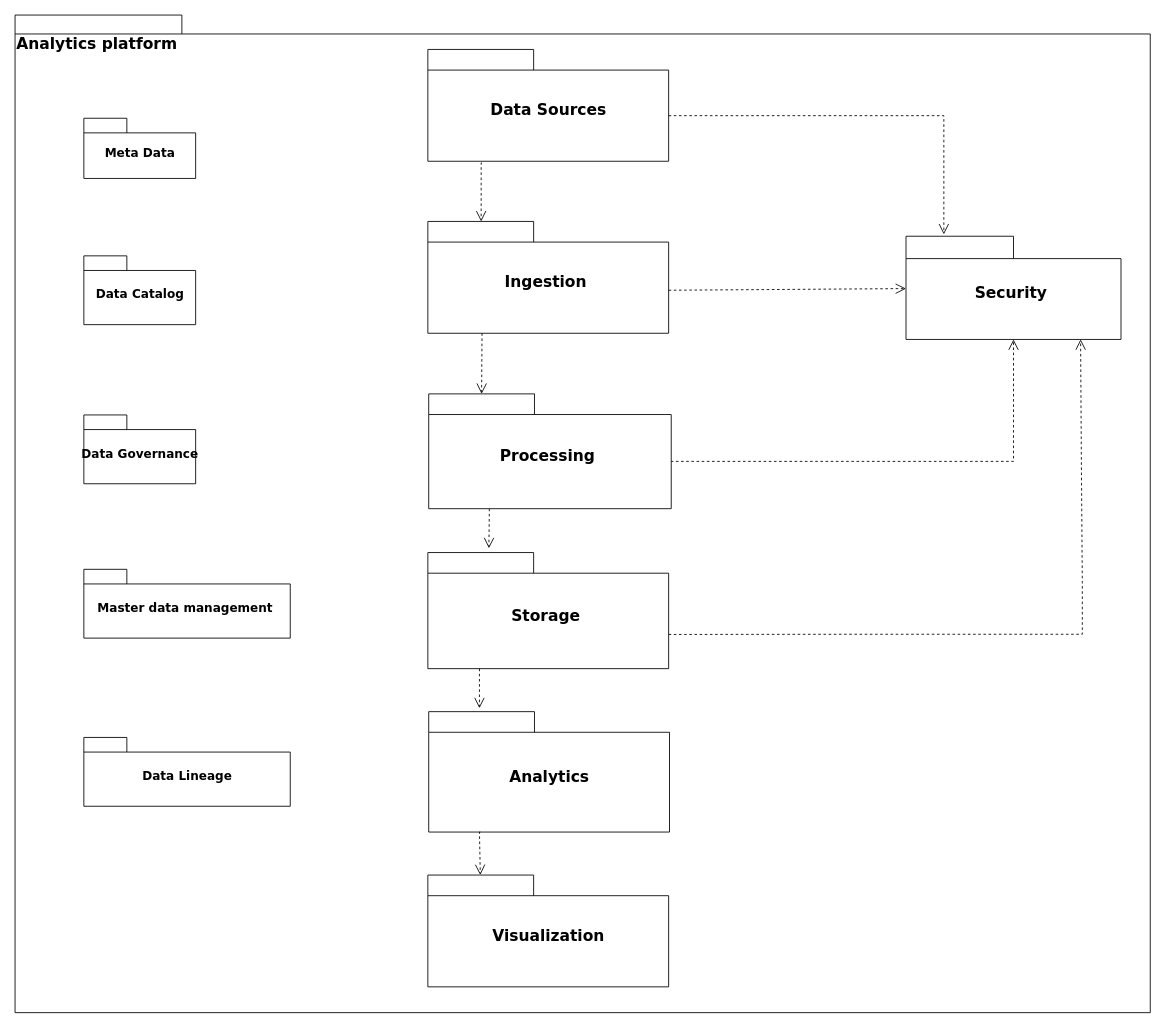
The draw.io diagram Capstone - TestGuru-Quizology.drawio in Swaraj-Bharti/softwarearchitectcert, before the edit. Source tidied: cells renumbered, new cells numbered last; positions are measured from the earlier drawing's top-left corner, leaving out a move shared by most shapes. Both pictures are drawn from the tidied source at 86%, with x=0, y=0 at pixel (15, 15).
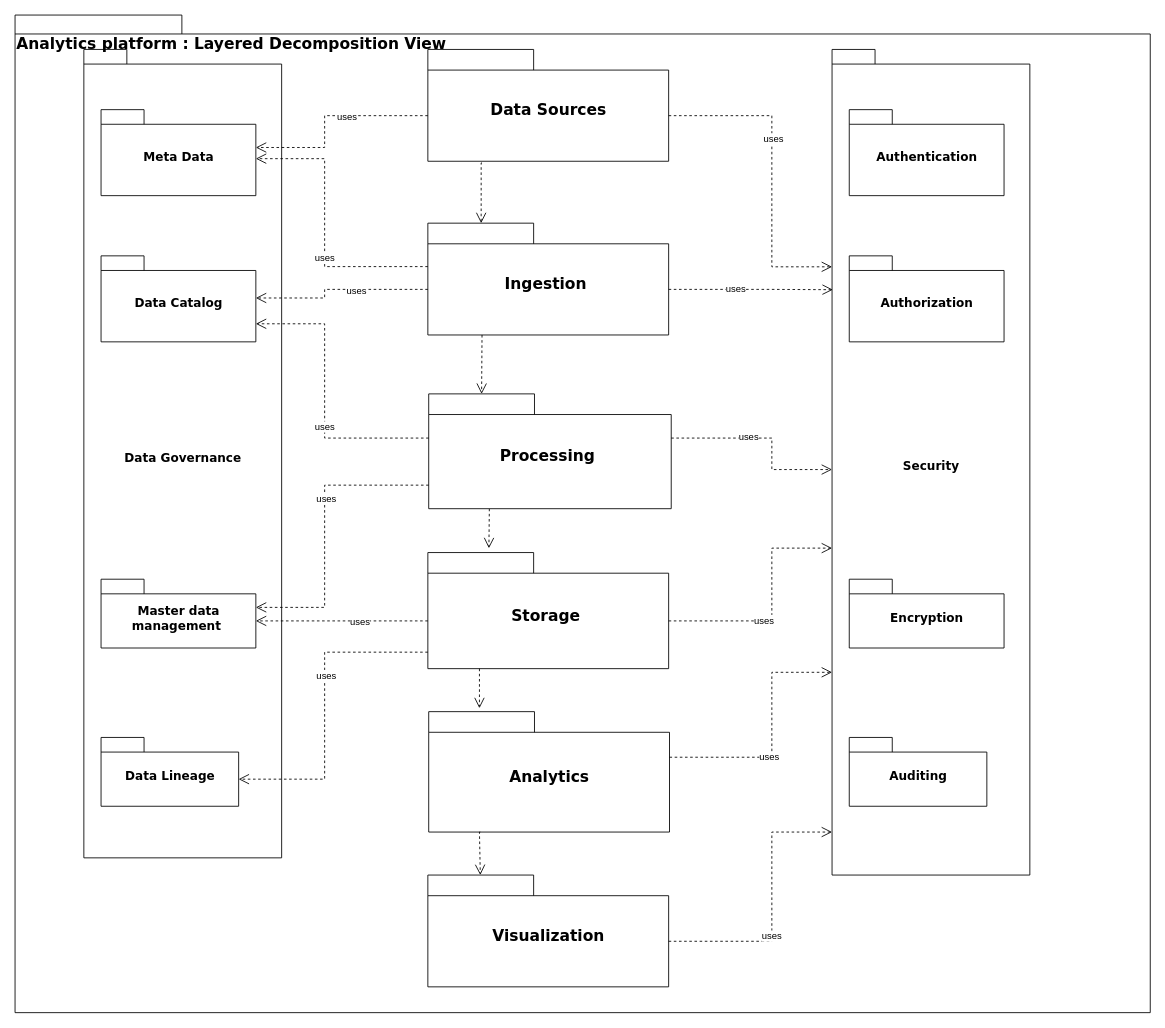
The same diagram, later.

Unchanged cells that the change refers to:
```xml
<mxCell id="8" value="&lt;font style=&quot;font-size: 18px;&quot;&gt;Data Sources&lt;/font&gt;" style="shape=folder;fontStyle=1;spacingTop=10;tabWidth=123;tabHeight=24;tabPosition=left;html=1;rounded=0;shadow=0;comic=0;labelBackgroundColor=none;strokeWidth=1;fontFamily=Verdana;fontSize=10;align=center;" parent="7" vertex="1">
  <mxGeometry width="280" height="130" as="geometry" />
</mxCell>
<mxCell id="10" value="&lt;font style=&quot;font-size: 18px;&quot;&gt;Ingestion&amp;nbsp;&lt;/font&gt;" style="shape=folder;fontStyle=1;spacingTop=10;tabWidth=123;tabHeight=24;tabPosition=left;html=1;rounded=0;shadow=0;comic=0;labelBackgroundColor=none;strokeWidth=1;fontFamily=Verdana;fontSize=10;align=center;" parent="9" vertex="1">
  <mxGeometry width="280" height="130" as="geometry" />
</mxCell>
<mxCell id="16" value="&lt;font style=&quot;font-size: 18px;&quot;&gt;Processing&amp;nbsp;&lt;/font&gt;" style="shape=folder;fontStyle=1;spacingTop=10;tabWidth=123;tabHeight=24;tabPosition=left;html=1;rounded=0;shadow=0;comic=0;labelBackgroundColor=none;strokeColor=#000000;strokeWidth=1;fillColor=#ffffff;fontFamily=Verdana;fontSize=10;fontColor=#000000;align=center;" parent="1" vertex="1">
  <mxGeometry x="481" y="440.5" width="282" height="133.5" as="geometry" />
</mxCell>
<mxCell id="18" value="&lt;font style=&quot;font-size: 18px;&quot;&gt;Storage&amp;nbsp;&lt;/font&gt;" style="shape=folder;fontStyle=1;spacingTop=10;tabWidth=123;tabHeight=24;tabPosition=left;html=1;rounded=0;shadow=0;comic=0;labelBackgroundColor=none;strokeWidth=1;fontFamily=Verdana;fontSize=10;align=center;" parent="1" vertex="1">
  <mxGeometry x="480" y="625" width="280" height="135" as="geometry" />
</mxCell>
<mxCell id="24" value="&lt;font style=&quot;font-size: 18px;&quot;&gt;Analytics&lt;/font&gt;" style="shape=folder;fontStyle=1;spacingTop=10;tabWidth=123;tabHeight=24;tabPosition=left;html=1;rounded=0;shadow=0;comic=0;labelBackgroundColor=none;strokeWidth=1;fontFamily=Verdana;fontSize=10;align=center;" parent="1" vertex="1">
  <mxGeometry x="481" y="810" width="280" height="140" as="geometry" />
</mxCell>
<mxCell id="25" value="&lt;font style=&quot;font-size: 18px;&quot;&gt;Visualization&lt;/font&gt;" style="shape=folder;fontStyle=1;spacingTop=10;tabWidth=123;tabHeight=24;tabPosition=left;html=1;rounded=0;shadow=0;comic=0;labelBackgroundColor=none;strokeWidth=1;fontFamily=Verdana;fontSize=10;align=center;" parent="1" vertex="1">
  <mxGeometry x="480" y="1000" width="280" height="130" as="geometry" />
</mxCell>
```

The edit, as a diff of the source:
```diff
@@
+    <mxCell id="27" style="group;" parent="1" vertex="1">
+      <mxGeometry x="80" y="40" width="230" height="940" as="geometry" />
+    </mxCell>
+    <mxCell id="28" value="&lt;font style=&quot;font-size: 14px;&quot;&gt;Data Governance&lt;/font&gt;" style="shape=folder;fontStyle=1;spacingTop=10;tabWidth=50;tabHeight=17;tabPosition=left;html=1;rounded=0;shadow=0;comic=0;labelBackgroundColor=none;strokeWidth=1;fontFamily=Verdana;fontSize=10;align=center;" parent="27" vertex="1">
+      <mxGeometry width="230" height="940" as="geometry" />
+    </mxCell>
+    <mxCell id="31" style="group;" parent="27" vertex="1">
+      <mxGeometry x="20" y="800" width="160" height="80" as="geometry" />
+    </mxCell>
+    <mxCell id="32" value="&lt;font style=&quot;font-size: 14px;&quot;&gt;Data Lineage&lt;/font&gt;" style="shape=folder;fontStyle=1;spacingTop=10;tabWidth=50;tabHeight=17;tabPosition=left;html=1;rounded=0;shadow=0;comic=0;labelBackgroundColor=none;strokeWidth=1;fontFamily=Verdana;fontSize=10;align=center;" parent="31" vertex="1">
+      <mxGeometry width="160" height="80" as="geometry" />
+    </mxCell>
+    <mxCell id="29" style="group;" parent="27" vertex="1">
+      <mxGeometry x="20" y="605" width="180" height="80" as="geometry" />
+    </mxCell>
+    <mxCell id="30" value="&lt;font style=&quot;font-size: 14px;&quot;&gt;Master data &lt;br&gt;management&amp;nbsp;&lt;/font&gt;" style="shape=folder;fontStyle=1;spacingTop=10;tabWidth=50;tabHeight=17;tabPosition=left;html=1;rounded=0;shadow=0;comic=0;labelBackgroundColor=none;strokeWidth=1;fontFamily=Verdana;fontSize=10;align=center;" parent="29" vertex="1">
+      <mxGeometry y="11" width="180" height="80" as="geometry" />
+    </mxCell>
-    <mxCell id="3" style="group;" parent="1" vertex="1">
-      <mxGeometry x="80" y="120" width="130" height="70" as="geometry" />
+    <mxCell id="3" style="group;" parent="27" vertex="1">
+      <mxGeometry x="20" y="70" width="180" height="100" as="geometry" />
     </mxCell>
     <mxCell id="4" value="&lt;font style=&quot;font-size: 14px;&quot;&gt;Meta Data&lt;/font&gt;" style="shape=folder;fontStyle=1;spacingTop=10;tabWidth=50;tabHeight=17;tabPosition=left;html=1;rounded=0;shadow=0;comic=0;labelBackgroundColor=none;strokeWidth=1;fontFamily=Verdana;fontSize=10;align=center;" parent="3" vertex="1">
-      <mxGeometry width="130" height="70" as="geometry" />
+      <mxGeometry width="180" height="100" as="geometry" />
     </mxCell>
-    <mxCell id="5" style="group;" parent="1" vertex="1">
-      <mxGeometry x="80" y="280" width="130" height="80" as="geometry" />
+    <mxCell id="5" style="group;" parent="27" vertex="1">
+      <mxGeometry x="20" y="240" width="180" height="100" as="geometry" />
     </mxCell>
     <mxCell id="6" value="&lt;font style=&quot;font-size: 14px;&quot;&gt;Data Catalog&lt;/font&gt;" style="shape=folder;fontStyle=1;spacingTop=10;tabWidth=50;tabHeight=17;tabPosition=left;html=1;rounded=0;shadow=0;comic=0;labelBackgroundColor=none;strokeWidth=1;fontFamily=Verdana;fontSize=10;align=center;" parent="5" vertex="1">
-      <mxGeometry width="130" height="80" as="geometry" />
+      <mxGeometry width="180" height="100" as="geometry" />
     </mxCell>
@@
     <mxCell id="9" style="group;" parent="1" vertex="1">
-      <mxGeometry x="480" y="240" width="280" height="130" as="geometry" />
+      <mxGeometry x="480" y="242" width="280" height="130" as="geometry" />
     </mxCell>
@@
-    <mxCell id="11" style="group;" parent="1" vertex="1">
-      <mxGeometry x="1036" y="303" width="250" height="120" as="geometry" />
-    </mxCell>
-    <mxCell id="12" style="group;" parent="11" vertex="1">
-      <mxGeometry y="-45.8" width="250" height="120" as="geometry" />
-    </mxCell>
-    <mxCell id="13" value="&lt;font style=&quot;font-size: 18px;&quot;&gt;Security&amp;nbsp;&lt;/font&gt;" style="shape=folder;fontStyle=1;spacingTop=10;tabWidth=125;tabHeight=26;tabPosition=left;html=1;rounded=0;shadow=0;comic=0;labelBackgroundColor=none;strokeWidth=1;fontFamily=Verdana;fontSize=10;align=center;" parent="12" vertex="1">
-      <mxGeometry width="250" height="120" as="geometry" />
-    </mxCell>
@@
-    <mxCell id="15" style="edgeStyle=elbowEdgeStyle;rounded=0;html=1;dashed=1;labelBackgroundColor=none;startFill=0;endArrow=open;endFill=0;endSize=10;fontFamily=Verdana;fontSize=10;elbow=vertical;exitX=0.991;exitY=0.468;exitDx=0;exitDy=0;exitPerimeter=0;" parent="1" edge="1" source="16" target="13">
-      <mxGeometry relative="1" as="geometry">
-        <Array as="points">
-          <mxPoint x="740" y="519" />
-        </Array>
-      </mxGeometry>
-    </mxCell>
@@
-    <mxCell id="17" style="edgeStyle=none;rounded=0;html=1;dashed=1;labelBackgroundColor=none;startFill=0;endArrow=open;endFill=0;endSize=10;fontFamily=Verdana;fontSize=10;exitX=0;exitY=0;exitDx=280;exitDy=95.25;exitPerimeter=0;entryX=0.812;entryY=0.999;entryDx=0;entryDy=0;entryPerimeter=0;" parent="1" edge="1" source="18" target="13">
-      <mxGeometry relative="1" as="geometry">
-        <Array as="points">
-          <mxPoint x="981" y="720" />
-          <mxPoint x="1201" y="720" />
-          <mxPoint x="1241" y="720" />
-          <mxPoint x="1241" y="660" />
-          <mxPoint x="1240" y="530" />
-        </Array>
-      </mxGeometry>
-    </mxCell>
@@
-    <mxCell id="21" style="edgeStyle=none;rounded=0;html=1;dashed=1;labelBackgroundColor=none;startFill=0;endArrow=open;endFill=0;endSize=10;fontFamily=Verdana;fontSize=10;" parent="1" edge="1" target="13">
-      <mxGeometry relative="1" as="geometry">
-        <mxPoint x="760" y="320" as="sourcePoint" />
-      </mxGeometry>
-    </mxCell>
-    <mxCell id="22" style="edgeStyle=orthogonalEdgeStyle;rounded=0;html=1;dashed=1;labelBackgroundColor=none;startFill=0;endArrow=open;endFill=0;endSize=10;fontFamily=Verdana;fontSize=10;exitX=0;exitY=0;exitDx=280;exitDy=77;exitPerimeter=0;entryX=0.176;entryY=-0.018;entryDx=0;entryDy=0;entryPerimeter=0;" parent="1" edge="1" source="8" target="13">
-      <mxGeometry relative="1" as="geometry">
-        <Array as="points">
-          <mxPoint x="1080" y="117" />
-        </Array>
-      </mxGeometry>
-    </mxCell>
-    <mxCell id="23" value="&lt;font style=&quot;font-size: 18px;&quot;&gt;Analytics platform&lt;/font&gt;" style="text;html=1;align=left;verticalAlign=top;spacingTop=-4;fontSize=10;fontFamily=Verdana;fontStyle=1;" parent="1" vertex="1">
+    <mxCell id="23" value="&lt;font style=&quot;font-size: 18px;&quot;&gt;Analytics platform : Layered Decomposition View&lt;/font&gt;" style="text;html=1;align=left;verticalAlign=top;spacingTop=-4;fontSize=10;fontFamily=Verdana;fontStyle=1;" parent="1" vertex="1">
       <mxGeometry y="20" width="200" height="20" as="geometry" />
     </mxCell>
@@
-    <mxCell id="27" style="group;" parent="1" vertex="1">
-      <mxGeometry x="80" y="465" width="130" height="80" as="geometry" />
-    </mxCell>
-    <mxCell id="28" value="&lt;font style=&quot;font-size: 14px;&quot;&gt;Data Governance&lt;/font&gt;" style="shape=folder;fontStyle=1;spacingTop=10;tabWidth=50;tabHeight=17;tabPosition=left;html=1;rounded=0;shadow=0;comic=0;labelBackgroundColor=none;strokeWidth=1;fontFamily=Verdana;fontSize=10;align=center;" parent="27" vertex="1">
-      <mxGeometry width="130" height="80" as="geometry" />
-    </mxCell>
-    <mxCell id="29" style="group;" parent="1" vertex="1">
-      <mxGeometry x="80" y="644.5" width="240" height="80" as="geometry" />
-    </mxCell>
-    <mxCell id="30" value="&lt;font style=&quot;font-size: 14px;&quot;&gt;Master data management&amp;nbsp;&lt;/font&gt;" style="shape=folder;fontStyle=1;spacingTop=10;tabWidth=50;tabHeight=17;tabPosition=left;html=1;rounded=0;shadow=0;comic=0;labelBackgroundColor=none;strokeWidth=1;fontFamily=Verdana;fontSize=10;align=center;" parent="29" vertex="1">
-      <mxGeometry width="240" height="80" as="geometry" />
-    </mxCell>
-    <mxCell id="31" style="group;" parent="1" vertex="1">
-      <mxGeometry x="80" y="840" width="240" height="80" as="geometry" />
-    </mxCell>
-    <mxCell id="32" value="&lt;font style=&quot;font-size: 14px;&quot;&gt;Data Lineage&lt;/font&gt;" style="shape=folder;fontStyle=1;spacingTop=10;tabWidth=50;tabHeight=17;tabPosition=left;html=1;rounded=0;shadow=0;comic=0;labelBackgroundColor=none;strokeWidth=1;fontFamily=Verdana;fontSize=10;align=center;" parent="31" vertex="1">
-      <mxGeometry width="240" height="80" as="geometry" />
-    </mxCell>
@@
+    <mxCell id="34" style="rounded=0;html=1;dashed=1;labelBackgroundColor=none;startFill=0;endArrow=open;endFill=0;endSize=10;fontFamily=Verdana;fontSize=10;edgeStyle=elbowEdgeStyle;exitX=0;exitY=0;exitDx=0;exitDy=77;exitPerimeter=0;" parent="1" edge="1" source="8">
+      <mxGeometry relative="1" as="geometry">
+        <mxPoint x="280" y="154" as="targetPoint" />
+        <Array as="points">
+          <mxPoint x="360" y="140" />
+        </Array>
+      </mxGeometry>
+    </mxCell>
+    <mxCell id="35" value="uses" style="edgeLabel;html=1;align=center;verticalAlign=middle;" parent="34" vertex="1">
+      <mxGeometry x="-0.2" y="1" relative="1" as="geometry" />
+    </mxCell>
+    <mxCell id="36" style="rounded=0;html=1;dashed=1;labelBackgroundColor=none;startFill=0;endArrow=open;endFill=0;endSize=10;fontFamily=Verdana;fontSize=10;edgeStyle=elbowEdgeStyle;exitX=0;exitY=0;exitDx=0;exitDy=50.5;exitPerimeter=0;" parent="1" edge="1" source="10">
+      <mxGeometry relative="1" as="geometry">
+        <mxPoint x="280" y="167" as="targetPoint" />
+        <Array as="points">
+          <mxPoint x="360" y="230" />
+        </Array>
+      </mxGeometry>
+    </mxCell>
+    <mxCell id="37" value="uses" style="edgeLabel;html=1;align=center;verticalAlign=middle;" parent="36" vertex="1">
+      <mxGeometry x="-0.2" y="1" relative="1" as="geometry" />
+    </mxCell>
+    <mxCell id="38" style="rounded=0;html=1;dashed=1;labelBackgroundColor=none;startFill=0;endArrow=open;endFill=0;endSize=10;fontFamily=Verdana;fontSize=10;edgeStyle=elbowEdgeStyle;exitX=0;exitY=0;exitDx=0;exitDy=77;exitPerimeter=0;" parent="1" edge="1" source="10">
+      <mxGeometry relative="1" as="geometry">
+        <mxPoint x="280" y="329" as="targetPoint" />
+        <Array as="points">
+          <mxPoint x="360" y="330" />
+        </Array>
+      </mxGeometry>
+    </mxCell>
+    <mxCell id="39" value="uses" style="edgeLabel;html=1;align=center;verticalAlign=middle;" parent="38" vertex="1">
+      <mxGeometry x="-0.2" y="1" relative="1" as="geometry" />
+    </mxCell>
+    <mxCell id="40" style="rounded=0;html=1;dashed=1;labelBackgroundColor=none;startFill=0;endArrow=open;endFill=0;endSize=10;fontFamily=Verdana;fontSize=10;edgeStyle=elbowEdgeStyle;exitX=0;exitY=0;exitDx=0;exitDy=106.125;exitPerimeter=0;entryX=0;entryY=0;entryDx=180;entryDy=32.75;entryPerimeter=0;" parent="1" edge="1" source="16" target="30">
+      <mxGeometry relative="1" as="geometry">
+        <Array as="points">
+          <mxPoint x="360" y="620" />
+        </Array>
+      </mxGeometry>
+    </mxCell>
+    <mxCell id="41" value="uses" style="edgeLabel;html=1;align=center;verticalAlign=middle;" parent="40" vertex="1">
+      <mxGeometry x="-0.2" y="1" relative="1" as="geometry" />
+    </mxCell>
+    <mxCell id="42" style="rounded=0;html=1;dashed=1;labelBackgroundColor=none;startFill=0;endArrow=open;endFill=0;endSize=10;fontFamily=Verdana;fontSize=10;edgeStyle=elbowEdgeStyle;exitX=0;exitY=0;exitDx=0;exitDy=51.375;exitPerimeter=0;" parent="1" edge="1" source="16">
+      <mxGeometry relative="1" as="geometry">
+        <mxPoint x="280" y="359" as="targetPoint" />
+        <Array as="points">
+          <mxPoint x="360" y="430" />
+        </Array>
+      </mxGeometry>
+    </mxCell>
+    <mxCell id="43" value="uses" style="edgeLabel;html=1;align=center;verticalAlign=middle;" parent="42" vertex="1">
+      <mxGeometry x="-0.2" y="1" relative="1" as="geometry" />
+    </mxCell>
+    <mxCell id="44" style="rounded=0;html=1;dashed=1;labelBackgroundColor=none;startFill=0;endArrow=open;endFill=0;endSize=10;fontFamily=Verdana;fontSize=10;entryX=0;entryY=0;entryPerimeter=0;edgeStyle=elbowEdgeStyle;entryDx=160;entryDy=48.5;exitX=0;exitY=0.858;exitDx=0;exitDy=0;exitPerimeter=0;" parent="1" edge="1" source="18" target="32">
+      <mxGeometry relative="1" as="geometry">
+        <Array as="points">
+          <mxPoint x="360" y="820" />
+        </Array>
+      </mxGeometry>
+    </mxCell>
+    <mxCell id="45" value="uses" style="edgeLabel;html=1;align=center;verticalAlign=middle;" parent="44" vertex="1">
+      <mxGeometry x="-0.2" y="1" relative="1" as="geometry" />
+    </mxCell>
+    <mxCell id="46" style="rounded=0;html=1;dashed=1;labelBackgroundColor=none;startFill=0;endArrow=open;endFill=0;endSize=10;fontFamily=Verdana;fontSize=10;entryX=0;entryY=0;entryPerimeter=0;edgeStyle=elbowEdgeStyle;entryDx=180;entryDy=48.5;exitX=0;exitY=0;exitDx=0;exitDy=79.5;exitPerimeter=0;" parent="1" edge="1" source="18" target="30">
+      <mxGeometry relative="1" as="geometry" />
+    </mxCell>
+    <mxCell id="47" value="uses" style="edgeLabel;html=1;align=center;verticalAlign=middle;" parent="46" vertex="1">
+      <mxGeometry x="-0.2" y="1" relative="1" as="geometry" />
+    </mxCell>
+    <mxCell id="48" style="group;" parent="1" vertex="1">
+      <mxGeometry x="950" y="40" width="230" height="1000" as="geometry" />
+    </mxCell>
+    <mxCell id="13" value="&lt;font style=&quot;font-size: 14px;&quot;&gt;Security&lt;/font&gt;" style="shape=folder;fontStyle=1;spacingTop=10;tabWidth=50;tabHeight=17;tabPosition=left;html=1;rounded=0;shadow=0;comic=0;labelBackgroundColor=none;strokeWidth=1;fontFamily=Verdana;fontSize=10;align=center;" parent="48" vertex="1">
+      <mxGeometry width="230" height="960" as="geometry" />
+    </mxCell>
+    <mxCell id="49" style="group;" parent="48" vertex="1">
+      <mxGeometry x="20" y="800" width="160" height="80" as="geometry" />
+    </mxCell>
+    <mxCell id="50" value="&lt;font style=&quot;font-size: 14px;&quot;&gt;Auditing&lt;/font&gt;" style="shape=folder;fontStyle=1;spacingTop=10;tabWidth=50;tabHeight=17;tabPosition=left;html=1;rounded=0;shadow=0;comic=0;labelBackgroundColor=none;strokeWidth=1;fontFamily=Verdana;fontSize=10;align=center;" parent="49" vertex="1">
+      <mxGeometry width="160" height="80" as="geometry" />
+    </mxCell>
+    <mxCell id="51" style="group;" parent="48" vertex="1">
+      <mxGeometry x="20" y="605" width="180" height="80" as="geometry" />
+    </mxCell>
+    <mxCell id="52" value="&lt;span style=&quot;font-size: 14px;&quot;&gt;Encryption&lt;/span&gt;" style="shape=folder;fontStyle=1;spacingTop=10;tabWidth=50;tabHeight=17;tabPosition=left;html=1;rounded=0;shadow=0;comic=0;labelBackgroundColor=none;strokeWidth=1;fontFamily=Verdana;fontSize=10;align=center;" parent="51" vertex="1">
+      <mxGeometry y="11" width="180" height="80" as="geometry" />
+    </mxCell>
+    <mxCell id="53" style="group;" parent="48" vertex="1">
+      <mxGeometry x="20" y="70" width="180" height="100" as="geometry" />
+    </mxCell>
+    <mxCell id="54" value="&lt;font style=&quot;font-size: 14px;&quot;&gt;Authentication&lt;/font&gt;" style="shape=folder;fontStyle=1;spacingTop=10;tabWidth=50;tabHeight=17;tabPosition=left;html=1;rounded=0;shadow=0;comic=0;labelBackgroundColor=none;strokeWidth=1;fontFamily=Verdana;fontSize=10;align=center;" parent="53" vertex="1">
+      <mxGeometry width="180" height="100" as="geometry" />
+    </mxCell>
+    <mxCell id="55" style="group;" parent="48" vertex="1">
+      <mxGeometry x="20" y="240" width="180" height="100" as="geometry" />
+    </mxCell>
+    <mxCell id="56" value="&lt;font style=&quot;font-size: 14px;&quot;&gt;Authorization&lt;/font&gt;" style="shape=folder;fontStyle=1;spacingTop=10;tabWidth=50;tabHeight=17;tabPosition=left;html=1;rounded=0;shadow=0;comic=0;labelBackgroundColor=none;strokeWidth=1;fontFamily=Verdana;fontSize=10;align=center;" parent="55" vertex="1">
+      <mxGeometry width="180" height="100" as="geometry" />
+    </mxCell>
+    <mxCell id="22" style="rounded=0;html=1;dashed=1;labelBackgroundColor=none;startFill=0;endArrow=open;endFill=0;endSize=10;fontFamily=Verdana;fontSize=10;edgeStyle=elbowEdgeStyle;exitX=0;exitY=0;exitDx=280;exitDy=77;exitPerimeter=0;entryX=0;entryY=0;entryDx=0;entryDy=252.75;entryPerimeter=0;" parent="1" edge="1" source="8" target="13">
+      <mxGeometry relative="1" as="geometry">
+        <Array as="points">
+          <mxPoint x="880" y="298" />
+        </Array>
+      </mxGeometry>
+    </mxCell>
+    <mxCell id="57" value="uses" style="edgeLabel;html=1;align=center;verticalAlign=middle;" parent="22" vertex="1">
+      <mxGeometry x="-0.2" y="1" relative="1" as="geometry" />
+    </mxCell>
+    <mxCell id="58" style="rounded=0;html=1;dashed=1;labelBackgroundColor=none;startFill=0;endArrow=open;endFill=0;endSize=10;fontFamily=Verdana;fontSize=10;edgeStyle=elbowEdgeStyle;exitX=0;exitY=0;exitDx=280;exitDy=77;exitPerimeter=0;entryX=0.004;entryY=0.291;entryDx=0;entryDy=0;entryPerimeter=0;" parent="1" edge="1" source="10" target="13">
+      <mxGeometry relative="1" as="geometry">
+        <Array as="points">
+          <mxPoint x="880" y="491" />
+        </Array>
+      </mxGeometry>
+    </mxCell>
+    <mxCell id="59" value="uses" style="edgeLabel;html=1;align=center;verticalAlign=middle;" parent="58" vertex="1">
+      <mxGeometry x="-0.2" y="1" relative="1" as="geometry" />
+    </mxCell>
+    <mxCell id="15" style="rounded=0;html=1;dashed=1;labelBackgroundColor=none;startFill=0;endArrow=open;endFill=0;endSize=10;fontFamily=Verdana;fontSize=10;edgeStyle=elbowEdgeStyle;entryX=0;entryY=0;entryDx=0;entryDy=488.5;entryPerimeter=0;exitX=0;exitY=0;exitDx=282;exitDy=51.375;exitPerimeter=0;" parent="1" edge="1" source="16" target="13">
+      <mxGeometry relative="1" as="geometry">
+        <Array as="points">
+          <mxPoint x="880" y="510" />
+        </Array>
+      </mxGeometry>
+    </mxCell>
+    <mxCell id="60" value="uses" style="edgeLabel;html=1;align=center;verticalAlign=middle;" parent="15" vertex="1">
+      <mxGeometry x="-0.2" y="1" relative="1" as="geometry" />
+    </mxCell>
+    <mxCell id="17" style="rounded=0;html=1;dashed=1;labelBackgroundColor=none;startFill=0;endArrow=open;endFill=0;endSize=10;fontFamily=Verdana;fontSize=10;edgeStyle=elbowEdgeStyle;exitX=0;exitY=0;exitDx=280;exitDy=79.5;exitPerimeter=0;entryX=0;entryY=0.604;entryDx=0;entryDy=0;entryPerimeter=0;" parent="1" edge="1" source="18" target="13">
+      <mxGeometry relative="1" as="geometry">
+        <Array as="points">
+          <mxPoint x="880" y="660" />
+        </Array>
+      </mxGeometry>
+    </mxCell>
+    <mxCell id="61" value="uses" style="edgeLabel;html=1;align=center;verticalAlign=middle;" parent="17" vertex="1">
+      <mxGeometry x="-0.2" y="1" relative="1" as="geometry" />
+    </mxCell>
+    <mxCell id="62" style="rounded=0;html=1;dashed=1;labelBackgroundColor=none;startFill=0;endArrow=open;endFill=0;endSize=10;fontFamily=Verdana;fontSize=10;edgeStyle=elbowEdgeStyle;exitX=0;exitY=0;exitDx=280;exitDy=53;exitPerimeter=0;entryX=0;entryY=0;entryDx=0;entryDy=724.25;entryPerimeter=0;" parent="1" edge="1" source="24" target="13">
+      <mxGeometry relative="1" as="geometry">
+        <Array as="points">
+          <mxPoint x="880" y="863" />
+        </Array>
+      </mxGeometry>
+    </mxCell>
+    <mxCell id="63" value="uses" style="edgeLabel;html=1;align=center;verticalAlign=middle;" parent="62" vertex="1">
+      <mxGeometry x="-0.2" y="1" relative="1" as="geometry" />
+    </mxCell>
+    <mxCell id="64" style="rounded=0;html=1;dashed=1;labelBackgroundColor=none;startFill=0;endArrow=open;endFill=0;endSize=10;fontFamily=Verdana;fontSize=10;edgeStyle=elbowEdgeStyle;exitX=0;exitY=0;exitDx=280;exitDy=77;exitPerimeter=0;" parent="1" edge="1" source="25">
+      <mxGeometry relative="1" as="geometry">
+        <mxPoint x="950" y="950" as="targetPoint" />
+        <Array as="points">
+          <mxPoint x="880" y="1020" />
+        </Array>
+      </mxGeometry>
+    </mxCell>
+    <mxCell id="65" value="uses" style="edgeLabel;html=1;align=center;verticalAlign=middle;" parent="64" vertex="1">
+      <mxGeometry x="-0.2" y="1" relative="1" as="geometry" />
+    </mxCell>
```
